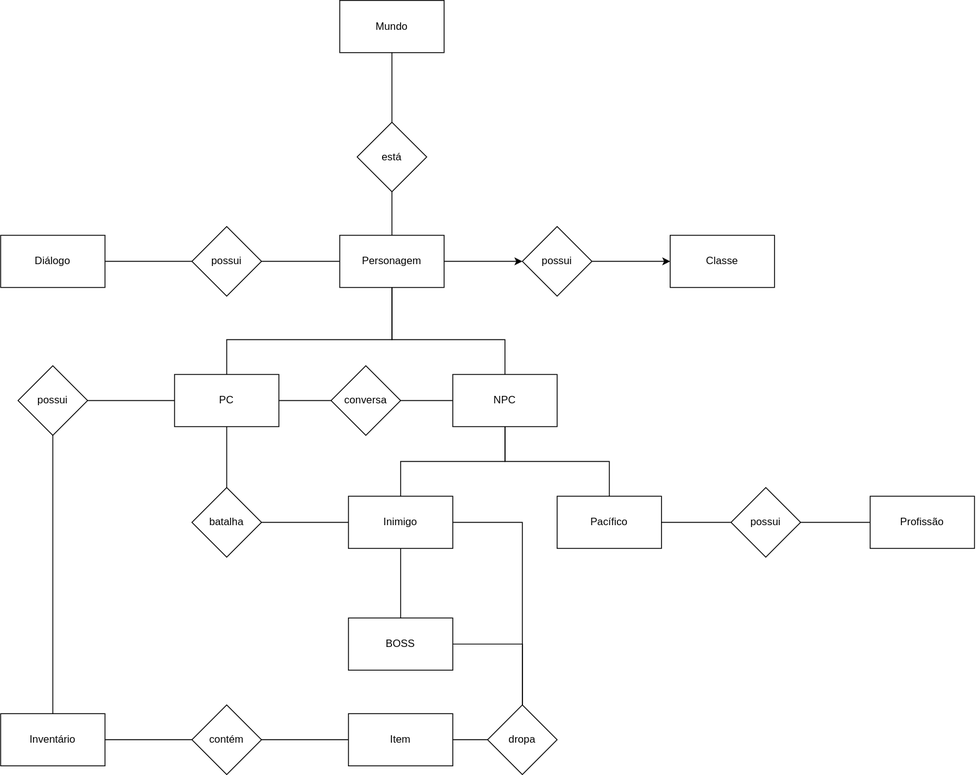
Earlier version of the draw.io export docs/modulo_01/DER.drawio.svg (SBD1/2024.2-D-D-classico). Source tidied: cells renumbered, new cells last; positions are measured from the earlier drawing's top-left corner, leaving out a move shared by most shapes.
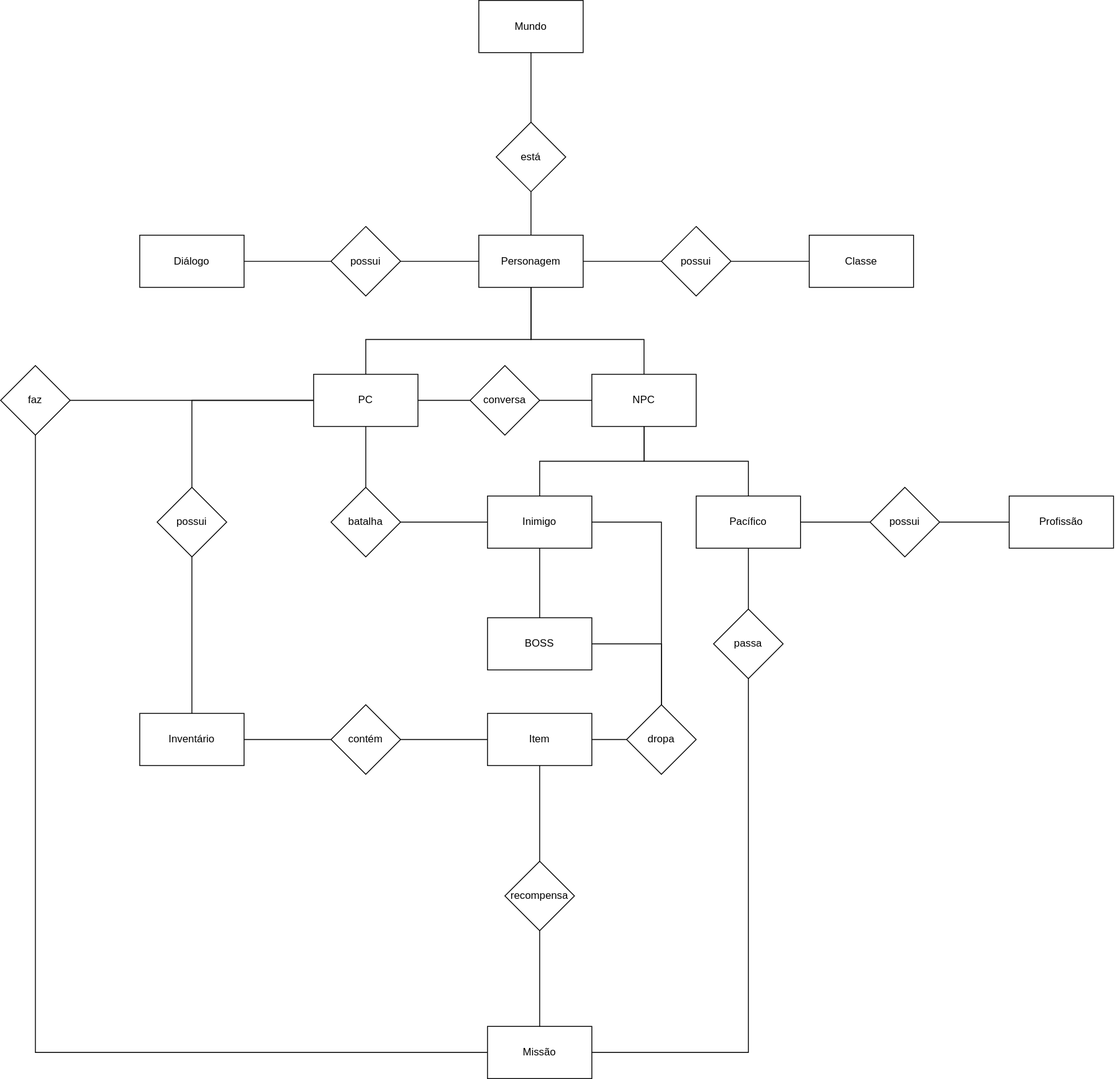
The same file after the commit.

Commit message:
Adiciona missão ao diagrama

Change to the diagram source:
```diff
@@ -33,7 +33,7 @@
     <mxCell id="8" style="edgeStyle=orthogonalEdgeStyle;rounded=0;jettySize=auto;html=1;endArrow=none;endFill=0;" parent="1" edge="1" source="10" target="37">
       <mxGeometry relative="1" as="geometry" />
     </mxCell>
-    <mxCell id="9" style="edgeStyle=orthogonalEdgeStyle;rounded=0;jettySize=auto;html=1;" parent="1" edge="1" source="10" target="45">
+    <mxCell id="9" style="edgeStyle=orthogonalEdgeStyle;rounded=0;jettySize=auto;html=1;endArrow=none;endFill=0;" parent="1" edge="1" source="10" target="45">
       <mxGeometry relative="1" as="geometry" />
     </mxCell>
     <mxCell id="10" value="Personagem" style="whiteSpace=wrap;html=1;rounded=0;" parent="1" vertex="1">
@@ -52,6 +52,9 @@
     <mxCell id="13" style="edgeStyle=orthogonalEdgeStyle;rounded=0;jettySize=auto;html=1;endArrow=none;endFill=0;" parent="1" edge="1" source="14" target="40">
       <mxGeometry relative="1" as="geometry" />
     </mxCell>
+    <mxCell id="47" style="edgeStyle=orthogonalEdgeStyle;rounded=0;jettySize=auto;html=1;endArrow=none;endFill=0;" parent="1" edge="1" source="14" target="50">
+      <mxGeometry relative="1" as="geometry" />
+    </mxCell>
     <mxCell id="14" value="PC" style="whiteSpace=wrap;html=1;rounded=0;" parent="1" vertex="1">
       <mxGeometry x="200" y="430" width="120" height="60" as="geometry" />
     </mxCell>
@@ -76,6 +79,9 @@
     <mxCell id="21" style="edgeStyle=orthogonalEdgeStyle;rounded=0;jettySize=auto;html=1;endArrow=none;endFill=0;" parent="1" edge="1" source="22" target="42">
       <mxGeometry relative="1" as="geometry" />
     </mxCell>
+    <mxCell id="48" style="edgeStyle=orthogonalEdgeStyle;rounded=0;jettySize=auto;html=1;endArrow=none;endFill=0;" parent="1" edge="1" source="22" target="54">
+      <mxGeometry relative="1" as="geometry" />
+    </mxCell>
     <mxCell id="22" value="Pacífico" style="whiteSpace=wrap;html=1;rounded=0;" parent="1" vertex="1">
       <mxGeometry x="640" y="570" width="120" height="60" as="geometry" />
     </mxCell>
@@ -95,7 +101,7 @@
       <mxGeometry relative="1" as="geometry" />
     </mxCell>
     <mxCell id="28" value="possui" style="rhombus;whiteSpace=wrap;html=1;rounded=0;" parent="1" vertex="1">
-      <mxGeometry x="20" y="420" width="80" height="80" as="geometry" />
+      <mxGeometry x="20" y="560" width="80" height="80" as="geometry" />
     </mxCell>
     <mxCell id="29" style="edgeStyle=orthogonalEdgeStyle;rounded=0;jettySize=auto;html=1;endArrow=none;endFill=0;" parent="1" edge="1" source="30" target="35">
       <mxGeometry relative="1" as="geometry" />
@@ -142,7 +148,7 @@
     <mxCell id="43" value="Profissão" style="whiteSpace=wrap;html=1;rounded=0;" parent="1" vertex="1">
       <mxGeometry x="1000" y="570" width="120" height="60" as="geometry" />
     </mxCell>
-    <mxCell id="44" style="edgeStyle=orthogonalEdgeStyle;rounded=0;jettySize=auto;html=1;" parent="1" edge="1" source="45" target="46">
+    <mxCell id="44" style="edgeStyle=orthogonalEdgeStyle;rounded=0;jettySize=auto;html=1;endArrow=none;endFill=0;" parent="1" edge="1" source="45" target="46">
       <mxGeometry relative="1" as="geometry" />
     </mxCell>
     <mxCell id="45" value="possui" style="rhombus;whiteSpace=wrap;html=1;rounded=0;" parent="1" vertex="1">
@@ -151,5 +157,29 @@
     <mxCell id="46" value="Classe" style="rounded=0;whiteSpace=wrap;html=1;" parent="1" vertex="1">
       <mxGeometry x="770" y="270" width="120" height="60" as="geometry" />
     </mxCell>
+    <mxCell id="49" style="edgeStyle=orthogonalEdgeStyle;rounded=0;jettySize=auto;html=1;exitX=0.5;exitY=1;exitDx=0;exitDy=0;entryX=0;entryY=0.5;entryDx=0;entryDy=0;endArrow=none;endFill=0;" parent="1" edge="1" source="50" target="52">
+      <mxGeometry relative="1" as="geometry" />
+    </mxCell>
+    <mxCell id="50" value="faz" style="rhombus;whiteSpace=wrap;html=1;rounded=0;" parent="1" vertex="1">
+      <mxGeometry x="-160" y="420" width="80" height="80" as="geometry" />
+    </mxCell>
+    <mxCell id="51" style="edgeStyle=orthogonalEdgeStyle;rounded=0;jettySize=auto;html=1;endArrow=none;endFill=0;" parent="1" edge="1" source="52" target="56">
+      <mxGeometry relative="1" as="geometry" />
+    </mxCell>
+    <mxCell id="52" value="Missão" style="rounded=0;whiteSpace=wrap;html=1;" parent="1" vertex="1">
+      <mxGeometry x="400" y="1180" width="120" height="60" as="geometry" />
+    </mxCell>
+    <mxCell id="53" style="edgeStyle=orthogonalEdgeStyle;rounded=0;jettySize=auto;html=1;exitX=0.5;exitY=1;exitDx=0;exitDy=0;entryX=1;entryY=0.5;entryDx=0;entryDy=0;endArrow=none;endFill=0;" parent="1" edge="1" source="54" target="52">
+      <mxGeometry relative="1" as="geometry" />
+    </mxCell>
+    <mxCell id="54" value="passa" style="rhombus;whiteSpace=wrap;html=1;rounded=0;" parent="1" vertex="1">
+      <mxGeometry x="660" y="700" width="80" height="80" as="geometry" />
+    </mxCell>
+    <mxCell id="55" style="edgeStyle=orthogonalEdgeStyle;rounded=0;jettySize=auto;html=1;exitX=0.5;exitY=0;exitDx=0;exitDy=0;entryX=0.5;entryY=1;entryDx=0;entryDy=0;endArrow=none;endFill=0;" parent="1" edge="1" source="56" target="33">
+      <mxGeometry relative="1" as="geometry" />
+    </mxCell>
+    <mxCell id="56" value="recompensa" style="rhombus;whiteSpace=wrap;html=1;rounded=0;" parent="1" vertex="1">
+      <mxGeometry x="420" y="990" width="80" height="80" as="geometry" />
+    </mxCell>
   </root>
 </mxGraphModel>
```
